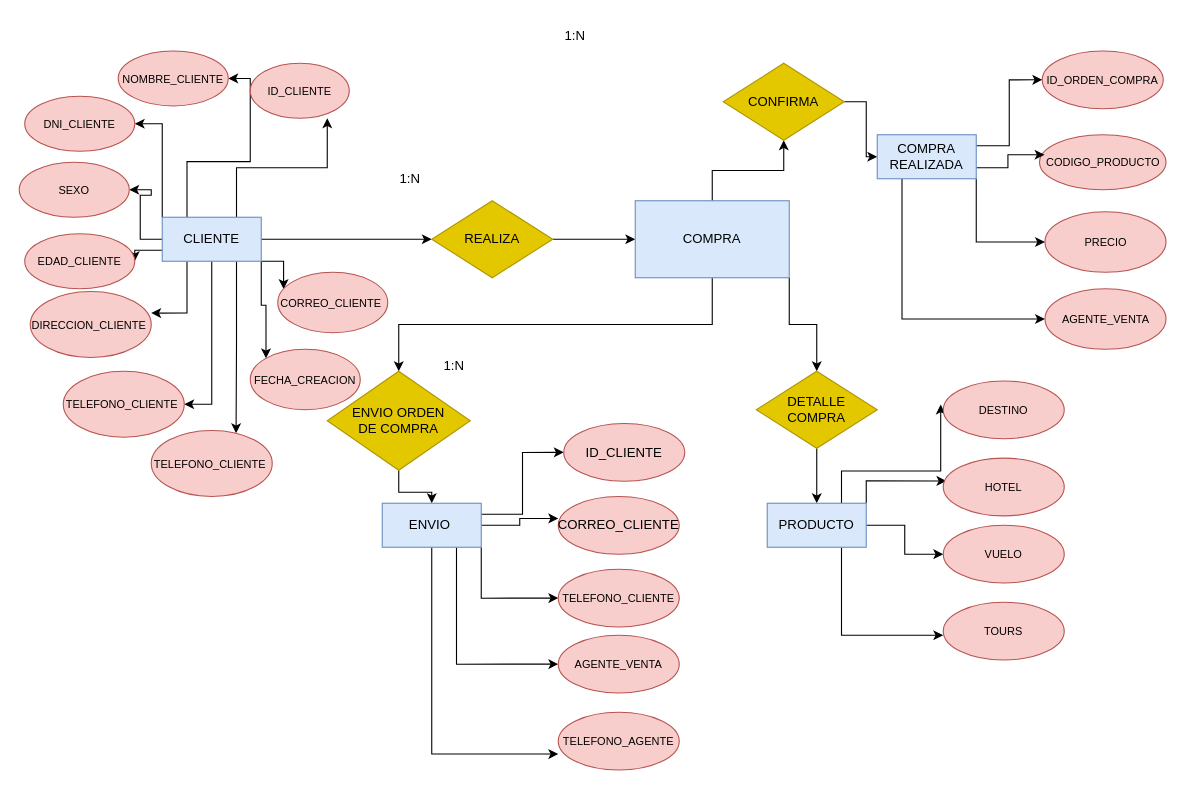
The draw.io diagram Diagrama sin título.drawio in sebascardozo/sqlCoderhouse, before the edit. Source tidied: cells renumbered, new cells numbered last; positions are measured from the earlier drawing's top-left corner, leaving out a move shared by most shapes. Both pictures are drawn from the tidied source at 110%, with x=0, y=0 at pixel (19, 19).
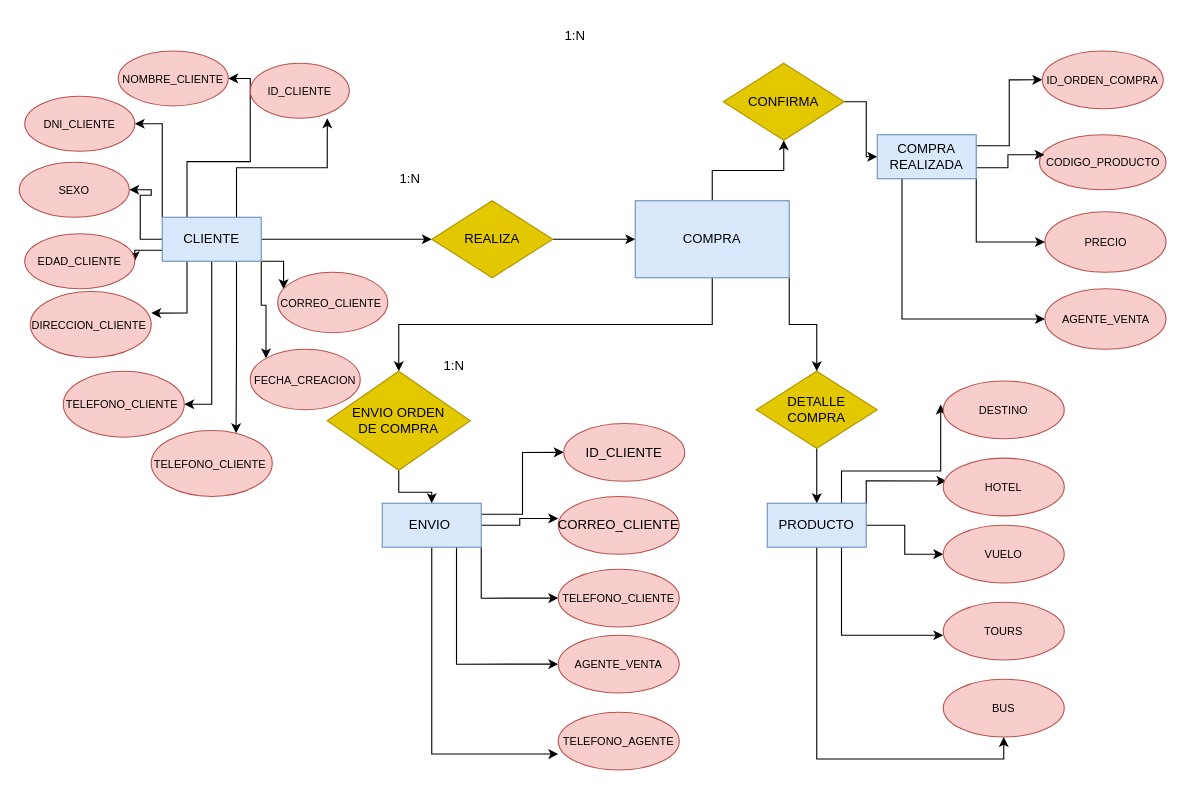
The same page after the edit.

The change refers to these unchanged cells:
```xml
<mxCell id="56" value="PRODUCTO" style="rounded=0;whiteSpace=wrap;html=1;fillColor=#dae8fc;strokeColor=#6c8ebf;" parent="1" vertex="1">
  <mxGeometry x="680" y="440" width="90" height="40" as="geometry" />
</mxCell>
```

Change to the diagram source:
```diff
@@
+    <mxCell id="69" style="edgeStyle=orthogonalEdgeStyle;rounded=0;jettySize=auto;html=1;exitX=0.5;exitY=1;exitDx=0;exitDy=0;entryX=0.5;entryY=1;entryDx=0;entryDy=0;" parent="1" edge="1" source="56" target="70">
+      <mxGeometry relative="1" as="geometry" />
+    </mxCell>
@@
+    <mxCell id="70" value="&lt;span style=&quot;font-size: 10px;&quot;&gt;BUS&lt;/span&gt;" style="ellipse;whiteSpace=wrap;html=1;fillColor=#f8cecc;strokeColor=#b85450;" parent="1" vertex="1">
+      <mxGeometry x="840" y="600" width="110" height="52.5" as="geometry" />
+    </mxCell>
```
